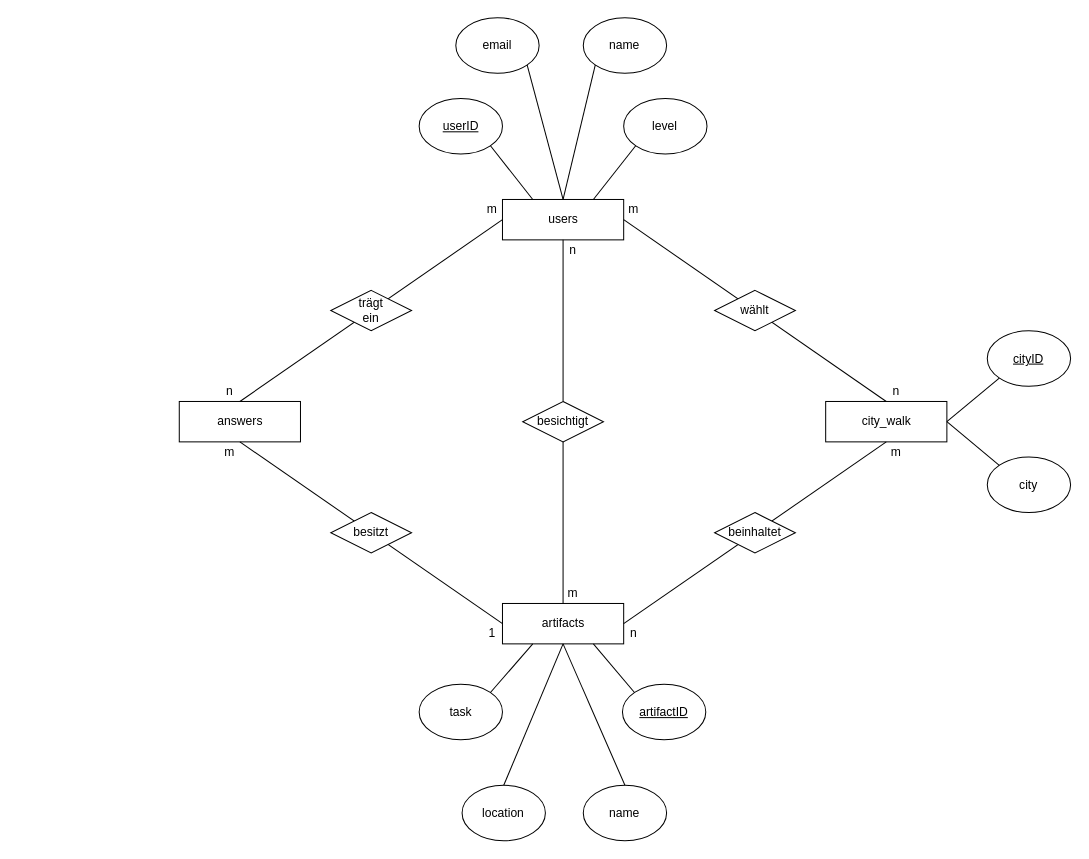
Earlier version of the draw.io diagram docs/ERM.drawio (jesnay/Pionear_Frontend). Source tidied: cells renumbered, new cells numbered last; positions are measured from the earlier drawing's top-left corner, leaving out a move shared by most shapes. Both pictures are drawn from the tidied source at 101%, with x=0, y=0 at pixel (179, 17).
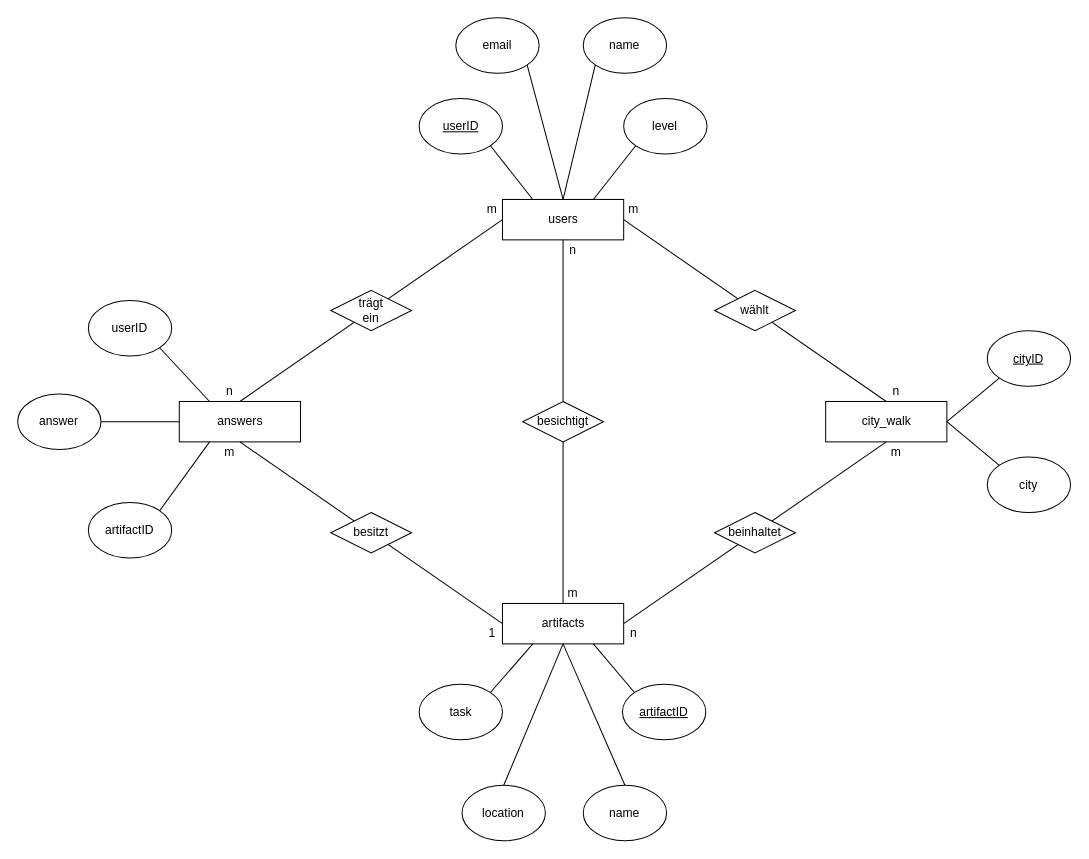
The same page after the edit.

The change refers to these unchanged cells:
```xml
<mxCell id="5" value="answers" style="html=1;" parent="1" vertex="1">
  <mxGeometry y="380" width="120" height="40" as="geometry" />
</mxCell>
```

What changed in the source:
```diff
@@
+    <mxCell id="77" style="group;" parent="1" vertex="1">
+      <mxGeometry x="-90" y="280" width="82.5" height="55" as="geometry" />
+    </mxCell>
+    <mxCell id="78" style="ellipse;whiteSpace=wrap;html=1;" parent="77" vertex="1">
+      <mxGeometry width="82.5" height="55" as="geometry" />
+    </mxCell>
+    <mxCell id="79" value="userID" style="text;html=1;strokeColor=none;fillColor=none;align=center;verticalAlign=middle;whiteSpace=wrap;rounded=0;" parent="77" vertex="1">
+      <mxGeometry x="21.2" y="17.5" width="40" height="20" as="geometry" />
+    </mxCell>
+    <mxCell id="80" style="endArrow=none;html=1;exitX=0.25;exitY=0;exitDx=0;exitDy=0;entryX=1;entryY=1;entryDx=0;entryDy=0;" parent="1" edge="1" source="5" target="78">
+      <mxGeometry relative="1" as="geometry" />
+    </mxCell>
+    <mxCell id="81" style="group;" parent="1" vertex="1">
+      <mxGeometry x="-90" y="480" width="82.5" height="55" as="geometry" />
+    </mxCell>
+    <mxCell id="82" style="ellipse;whiteSpace=wrap;html=1;" parent="81" vertex="1">
+      <mxGeometry width="82.5" height="55" as="geometry" />
+    </mxCell>
+    <mxCell id="83" value="artifactID" style="text;html=1;strokeColor=none;fillColor=none;align=center;verticalAlign=middle;whiteSpace=wrap;rounded=0;" parent="81" vertex="1">
+      <mxGeometry x="21.2" y="17.5" width="40" height="20" as="geometry" />
+    </mxCell>
+    <mxCell id="84" style="endArrow=none;html=1;exitX=0.25;exitY=1;exitDx=0;exitDy=0;entryX=1;entryY=0;entryDx=0;entryDy=0;" parent="1" edge="1" source="5" target="82">
+      <mxGeometry relative="1" as="geometry" />
+    </mxCell>
+    <mxCell id="85" style="group;" parent="1" vertex="1">
+      <mxGeometry x="-160" y="372.5" width="82.5" height="55" as="geometry" />
+    </mxCell>
+    <mxCell id="86" style="ellipse;whiteSpace=wrap;html=1;" parent="85" vertex="1">
+      <mxGeometry width="82.5" height="55" as="geometry" />
+    </mxCell>
+    <mxCell id="87" value="answer" style="text;html=1;strokeColor=none;fillColor=none;align=center;verticalAlign=middle;whiteSpace=wrap;rounded=0;" parent="85" vertex="1">
+      <mxGeometry x="21.2" y="17.5" width="40" height="20" as="geometry" />
+    </mxCell>
+    <mxCell id="88" style="endArrow=none;html=1;exitX=0;exitY=0.5;exitDx=0;exitDy=0;entryX=1;entryY=0.5;entryDx=0;entryDy=0;" parent="1" edge="1" source="5" target="86">
+      <mxGeometry relative="1" as="geometry" />
+    </mxCell>
```
